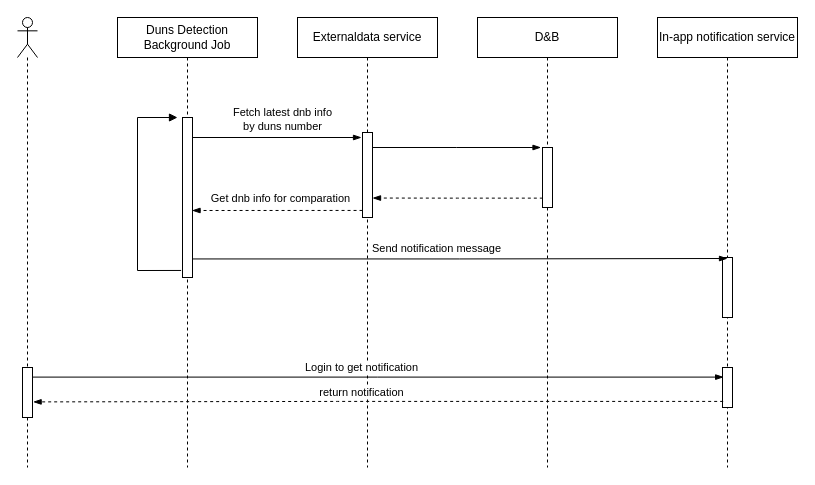
Above: Untitled Diagram.drawio in huangshijie/Drawio (draw.io), before the change. Source tidied: cells renumbered, new cells numbered last; positions are measured from the earlier drawing's top-left corner, leaving out a move shared by most shapes. Both pictures are drawn from the tidied source at 100%, with x=0, y=0 at pixel (17, 17).
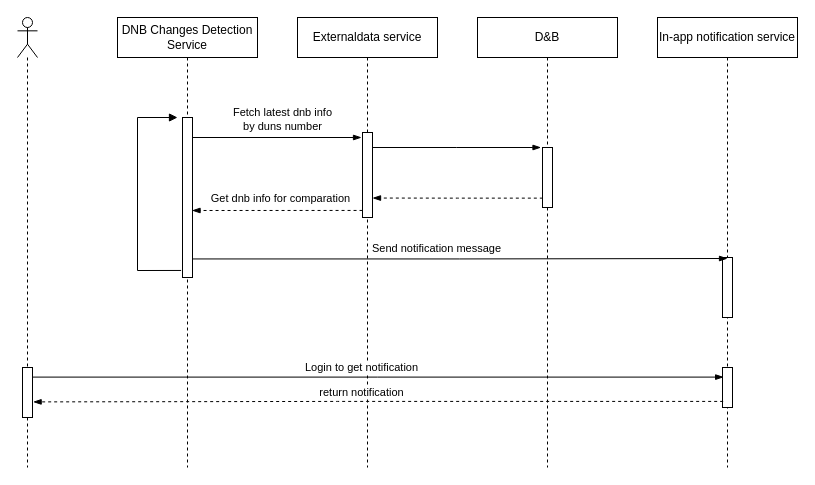
The same diagram, later.

The edit, as a diff of the source:
```diff
@@
-    <mxCell id="5" value="Duns Detection Background Job" style="shape=umlLifeline;perimeter=lifelinePerimeter;whiteSpace=wrap;html=1;" parent="1" vertex="1">
+    <mxCell id="5" value="&lt;font style=&quot;font-size: 12px;&quot;&gt;DNB Changes Detection Service&lt;/font&gt;" style="shape=umlLifeline;perimeter=lifelinePerimeter;whiteSpace=wrap;html=1;" parent="1" vertex="1">
       <mxGeometry x="100" width="140" height="450" as="geometry" />
     </mxCell>
```
